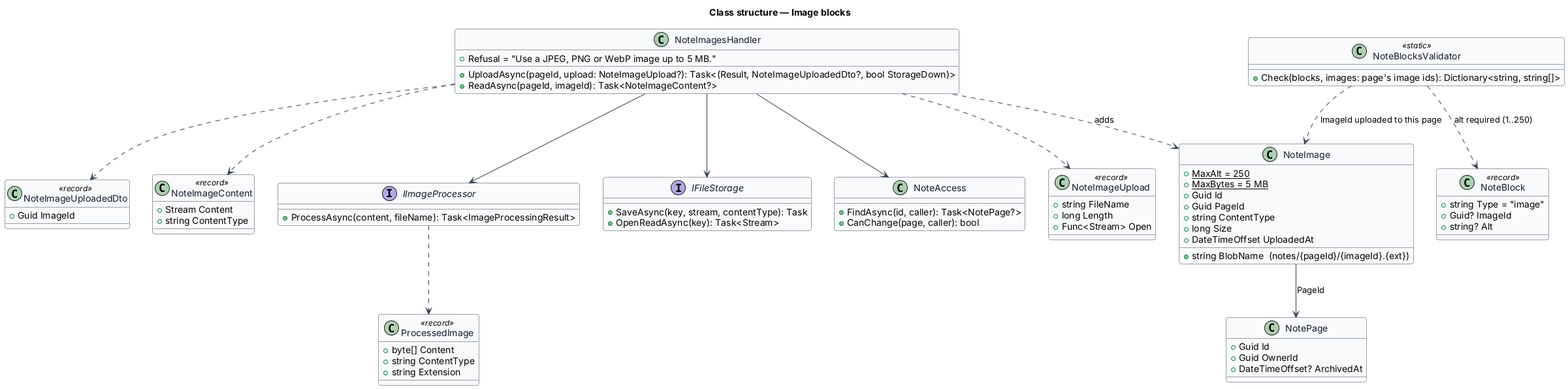
Above: docs/detailed-designs/notes/images/diagrams/class-structure.png in QuinntyneBrown/faithtech-community (PlantUML), before the change.
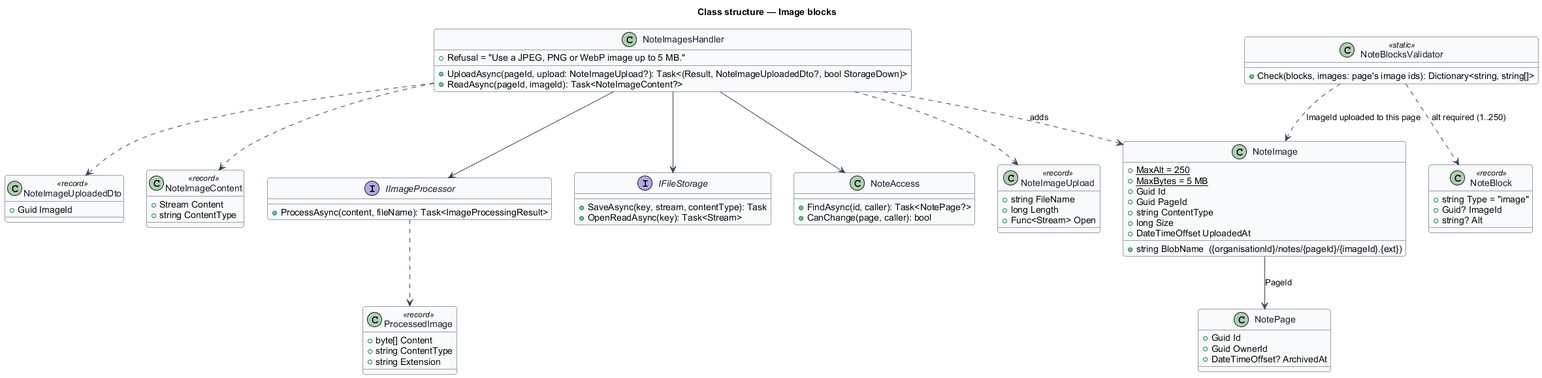
The same diagram one commit later.

The edit, as a diff of the source:
```diff
@@ -20,7 +20,7 @@
   +{static} MaxBytes = 5 MB
   +Guid Id
   +Guid PageId
-  +string BlobName  (notes/{pageId}/{imageId}.{ext})
+  +string BlobName  ({organisationId}/notes/{pageId}/{imageId}.{ext})
   +string ContentType
   +long Size
   +DateTimeOffset UploadedAt
```
